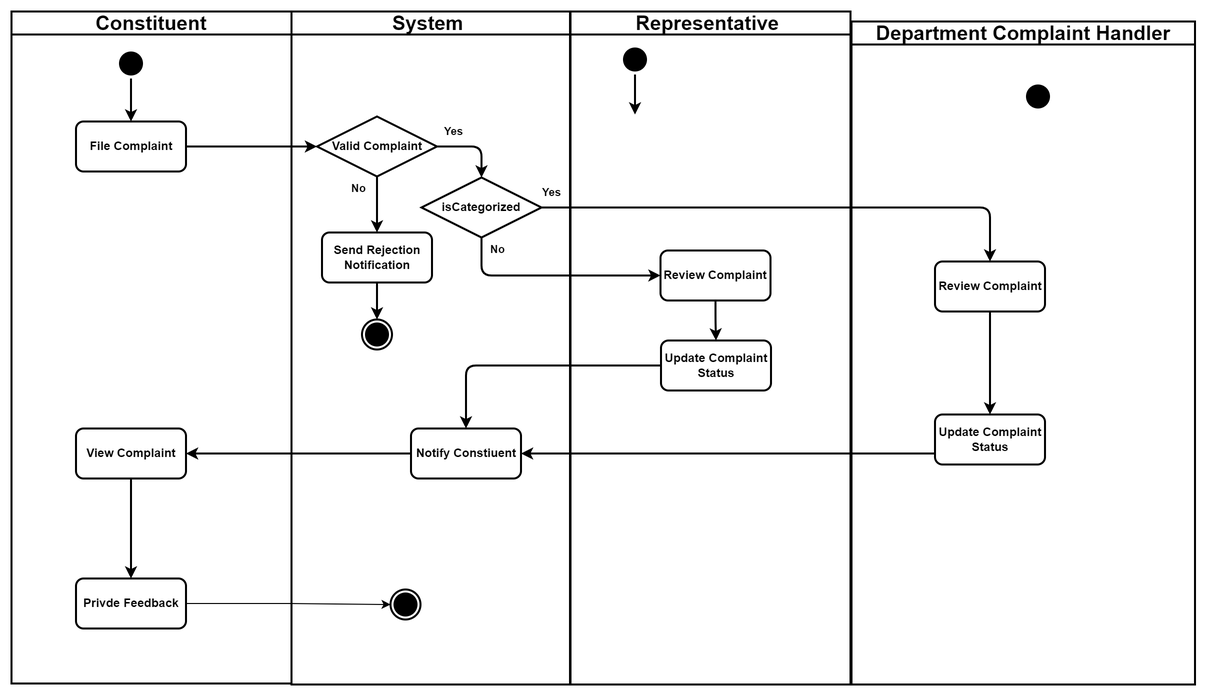
Earlier version of the draw.io export 19 - Activity Diagram/2 - Complaint Resolution Activity Diagram.drawio.png (muhammadahsanmirza/fyp-constituency-connect). Source tidied: cells renumbered, new cells last; positions are measured from the earlier drawing's top-left corner, leaving out a move shared by most shapes. The source it was exported from:
```xml
<mxGraphModel>
  <root>
    <mxCell id="0" />
    <mxCell id="1" parent="0" />
    <mxCell id="2" value="Constituent" style="swimlane;whiteSpace=wrap;fontSize=20;fontStyle=1;strokeWidth=2;" parent="1" vertex="1">
      <mxGeometry width="280" height="672" as="geometry" />
    </mxCell>
    <mxCell id="3" style="edgeStyle=orthogonalEdgeStyle;rounded=1;jettySize=auto;html=1;strokeWidth=2;curved=0;" parent="2" edge="1" source="4" target="5">
      <mxGeometry relative="1" as="geometry" />
    </mxCell>
    <mxCell id="4" style="ellipse;shape=startState;fontSize=20;fontStyle=1;strokeWidth=2;fillColor=#000000;" parent="2" vertex="1">
      <mxGeometry x="104.5" y="37" width="30" height="30" as="geometry" />
    </mxCell>
    <mxCell id="5" value="File Complaint" style="fontSize=12;fontStyle=1;strokeWidth=2;whiteSpace=wrap;rounded=1;" parent="2" vertex="1">
      <mxGeometry x="64.5" y="110" width="110" height="50" as="geometry" />
    </mxCell>
    <mxCell id="6" value="Privde Feedback" style="fontSize=12;fontStyle=1;strokeWidth=2;whiteSpace=wrap;rounded=1;" parent="2" vertex="1">
      <mxGeometry x="64.5" y="567" width="110" height="50" as="geometry" />
    </mxCell>
    <mxCell id="7" style="edgeStyle=orthogonalEdgeStyle;rounded=0;jettySize=auto;html=1;entryX=0.5;entryY=0;entryDx=0;entryDy=0;strokeWidth=2;" parent="2" edge="1" source="8" target="6">
      <mxGeometry relative="1" as="geometry" />
    </mxCell>
    <mxCell id="8" value="View Complaint" style="fontSize=12;fontStyle=1;strokeWidth=2;whiteSpace=wrap;rounded=1;" parent="2" vertex="1">
      <mxGeometry x="64.5" y="417" width="110" height="50" as="geometry" />
    </mxCell>
    <mxCell id="9" value="System " style="swimlane;whiteSpace=wrap;fontSize=20;fontStyle=1;strokeWidth=2;" parent="1" vertex="1">
      <mxGeometry x="280" width="278.5" height="673" as="geometry" />
    </mxCell>
    <mxCell id="10" style="edgeStyle=orthogonalEdgeStyle;rounded=1;jettySize=auto;html=1;strokeWidth=2;curved=0;" parent="9" edge="1" source="12" target="14">
      <mxGeometry relative="1" as="geometry" />
    </mxCell>
    <mxCell id="11" style="edgeStyle=orthogonalEdgeStyle;rounded=1;jettySize=auto;html=1;entryX=0.5;entryY=0;entryDx=0;entryDy=0;exitX=1;exitY=0.5;exitDx=0;exitDy=0;strokeWidth=2;curved=0;" parent="9" edge="1" source="12" target="19">
      <mxGeometry relative="1" as="geometry" />
    </mxCell>
    <mxCell id="12" value="Valid Complaint" style="rhombus;fontSize=12;fontStyle=1;strokeWidth=2;whiteSpace=wrap;" parent="9" vertex="1">
      <mxGeometry x="25.5" y="105" width="120" height="60" as="geometry" />
    </mxCell>
    <mxCell id="13" style="edgeStyle=orthogonalEdgeStyle;rounded=1;jettySize=auto;html=1;entryX=0.5;entryY=0;entryDx=0;entryDy=0;strokeWidth=2;curved=0;" parent="9" edge="1" source="14" target="15">
      <mxGeometry relative="1" as="geometry" />
    </mxCell>
    <mxCell id="14" value="Send Rejection Notification" style="fontSize=12;fontStyle=1;strokeWidth=2;whiteSpace=wrap;rounded=1;" parent="9" vertex="1">
      <mxGeometry x="30.5" y="221" width="110" height="50" as="geometry" />
    </mxCell>
    <mxCell id="15" style="ellipse;shape=endState;fontSize=20;fontStyle=1;strokeWidth=2;fillColor=#000000;" parent="9" vertex="1">
      <mxGeometry x="70.5" y="308" width="30" height="30" as="geometry" />
    </mxCell>
    <mxCell id="16" value="&lt;b&gt;&lt;font style=&quot;font-size: 11px;&quot;&gt;No&lt;/font&gt;&lt;/b&gt;" style="text;html=1;align=center;verticalAlign=middle;strokeColor=none;fillColor=none;strokeWidth=2;" parent="9" vertex="1">
      <mxGeometry x="50.5" y="164" width="33" height="26" as="geometry" />
    </mxCell>
    <mxCell id="17" value="&lt;b&gt;&lt;font style=&quot;font-size: 11px;&quot;&gt;Yes&lt;/font&gt;&lt;/b&gt;" style="text;html=1;align=center;verticalAlign=middle;strokeColor=none;fillColor=none;strokeWidth=2;" parent="9" vertex="1">
      <mxGeometry x="143.5" y="107" width="37" height="26" as="geometry" />
    </mxCell>
    <mxCell id="18" value="Notify Constiuent" style="fontSize=12;fontStyle=1;strokeWidth=2;whiteSpace=wrap;rounded=1;" parent="9" vertex="1">
      <mxGeometry x="119.5" y="417" width="110" height="50" as="geometry" />
    </mxCell>
    <mxCell id="19" value="isCategorized" style="rhombus;fontSize=12;fontStyle=1;strokeWidth=2;whiteSpace=wrap;" parent="9" vertex="1">
      <mxGeometry x="130" y="166" width="120" height="60" as="geometry" />
    </mxCell>
    <mxCell id="20" value="Representative " style="swimlane;whiteSpace=wrap;fontSize=20;fontStyle=1;strokeWidth=2;fillColor=default;" parent="1" vertex="1">
      <mxGeometry x="559" width="280" height="673" as="geometry" />
    </mxCell>
    <mxCell id="21" style="ellipse;shape=startState;fontSize=20;fontStyle=1;strokeWidth=2;fillColor=#000000;" parent="20" vertex="1">
      <mxGeometry x="49.5" y="33" width="30" height="30" as="geometry" />
    </mxCell>
    <mxCell id="22" style="edgeStyle=orthogonalEdgeStyle;rounded=1;jettySize=auto;html=1;strokeWidth=2;curved=0;" parent="20" edge="1" source="23" target="24">
      <mxGeometry relative="1" as="geometry" />
    </mxCell>
    <mxCell id="23" value="Review Complaint" style="fontSize=12;fontStyle=1;strokeWidth=2;whiteSpace=wrap;rounded=1;" parent="20" vertex="1">
      <mxGeometry x="90" y="239" width="110" height="50" as="geometry" />
    </mxCell>
    <mxCell id="24" value="Update Complaint Status" style="fontSize=12;fontStyle=1;strokeWidth=2;whiteSpace=wrap;rounded=1;" parent="20" vertex="1">
      <mxGeometry x="90.5" y="329" width="110" height="50" as="geometry" />
    </mxCell>
    <mxCell id="25" value="Department Complaint Handler" style="swimlane;whiteSpace=wrap;fontSize=20;fontStyle=1;strokeWidth=2;fillColor=default;" parent="1" vertex="1">
      <mxGeometry x="840" y="10" width="343.5" height="663" as="geometry" />
    </mxCell>
    <mxCell id="26" style="edgeStyle=orthogonalEdgeStyle;rounded=1;jettySize=auto;html=1;entryX=0.5;entryY=0;entryDx=0;entryDy=0;strokeWidth=2;curved=0;" parent="25" edge="1" source="27" target="28">
      <mxGeometry relative="1" as="geometry" />
    </mxCell>
    <mxCell id="27" value="Review Complaint" style="fontSize=12;fontStyle=1;strokeWidth=2;whiteSpace=wrap;rounded=1;" parent="25" vertex="1">
      <mxGeometry x="83.5" y="240" width="110" height="50" as="geometry" />
    </mxCell>
    <mxCell id="28" value="Update Complaint Status" style="fontSize=12;fontStyle=1;strokeWidth=2;whiteSpace=wrap;rounded=1;" parent="25" vertex="1">
      <mxGeometry x="83.5" y="393" width="110" height="50" as="geometry" />
    </mxCell>
    <mxCell id="29" style="ellipse;shape=startState;fontSize=20;fontStyle=1;strokeWidth=2;fillColor=#000000;" parent="25" vertex="1">
      <mxGeometry x="171.5" y="60" width="30" height="30" as="geometry" />
    </mxCell>
    <mxCell id="30" style="edgeStyle=orthogonalEdgeStyle;rounded=0;jettySize=auto;html=1;strokeWidth=2;" parent="1" edge="1" source="21">
      <mxGeometry relative="1" as="geometry">
        <mxPoint x="623.5" y="103" as="targetPoint" />
      </mxGeometry>
    </mxCell>
    <mxCell id="31" style="edgeStyle=orthogonalEdgeStyle;rounded=1;jettySize=auto;html=1;entryX=1;entryY=0.5;entryDx=0;entryDy=0;jumpStyle=arc;strokeWidth=2;curved=0;exitX=0.002;exitY=0.78;exitDx=0;exitDy=0;exitPerimeter=0;" parent="1" edge="1" source="28" target="18">
      <mxGeometry relative="1" as="geometry" />
    </mxCell>
    <mxCell id="32" style="edgeStyle=orthogonalEdgeStyle;rounded=1;jettySize=auto;html=1;entryX=0;entryY=0.5;entryDx=0;entryDy=0;strokeWidth=2;curved=0;" parent="1" edge="1" source="5" target="12">
      <mxGeometry relative="1" as="geometry" />
    </mxCell>
    <mxCell id="33" style="edgeStyle=orthogonalEdgeStyle;rounded=1;jettySize=auto;html=1;entryX=1;entryY=0.5;entryDx=0;entryDy=0;strokeWidth=2;curved=0;" parent="1" edge="1" source="18" target="8">
      <mxGeometry relative="1" as="geometry" />
    </mxCell>
    <mxCell id="34" style="edgeStyle=orthogonalEdgeStyle;rounded=1;jettySize=auto;html=1;entryX=0.5;entryY=0;entryDx=0;entryDy=0;strokeWidth=2;curved=0;exitX=0;exitY=0.5;exitDx=0;exitDy=0;" parent="1" edge="1" source="24" target="18">
      <mxGeometry relative="1" as="geometry">
        <Array as="points">
          <mxPoint x="455" y="354" />
        </Array>
      </mxGeometry>
    </mxCell>
    <mxCell id="35" style="edgeStyle=orthogonalEdgeStyle;rounded=1;jettySize=auto;html=1;entryX=0;entryY=0.5;entryDx=0;entryDy=0;exitX=0.5;exitY=1;exitDx=0;exitDy=0;strokeWidth=2;curved=0;" parent="1" edge="1" source="19" target="23">
      <mxGeometry relative="1" as="geometry" />
    </mxCell>
    <mxCell id="36" style="edgeStyle=orthogonalEdgeStyle;rounded=1;jettySize=auto;html=1;strokeWidth=2;curved=0;" parent="1" edge="1" source="19" target="27">
      <mxGeometry relative="1" as="geometry" />
    </mxCell>
    <mxCell id="37" value="&lt;b&gt;&lt;font style=&quot;font-size: 11px;&quot;&gt;Yes&lt;/font&gt;&lt;/b&gt;" style="text;html=1;align=center;verticalAlign=middle;strokeColor=none;fillColor=none;strokeWidth=2;" parent="1" vertex="1">
      <mxGeometry x="521" y="168" width="37" height="26" as="geometry" />
    </mxCell>
    <mxCell id="38" value="&lt;b&gt;&lt;font style=&quot;font-size: 11px;&quot;&gt;No&lt;/font&gt;&lt;/b&gt;" style="text;html=1;align=center;verticalAlign=middle;strokeColor=none;fillColor=none;strokeWidth=2;" parent="1" vertex="1">
      <mxGeometry x="470" y="225" width="33" height="26" as="geometry" />
    </mxCell>
    <mxCell id="39" style="ellipse;shape=endState;fontSize=20;fontStyle=1;strokeWidth=2;fillColor=#000000;" parent="1" vertex="1">
      <mxGeometry x="379" y="578" width="30" height="30" as="geometry" />
    </mxCell>
    <mxCell id="40" style="edgeStyle=orthogonalEdgeStyle;rounded=0;jettySize=auto;html=1;entryX=0;entryY=0.5;entryDx=0;entryDy=0;" parent="1" edge="1" source="6" target="39">
      <mxGeometry relative="1" as="geometry" />
    </mxCell>
  </root>
</mxGraphModel>
```
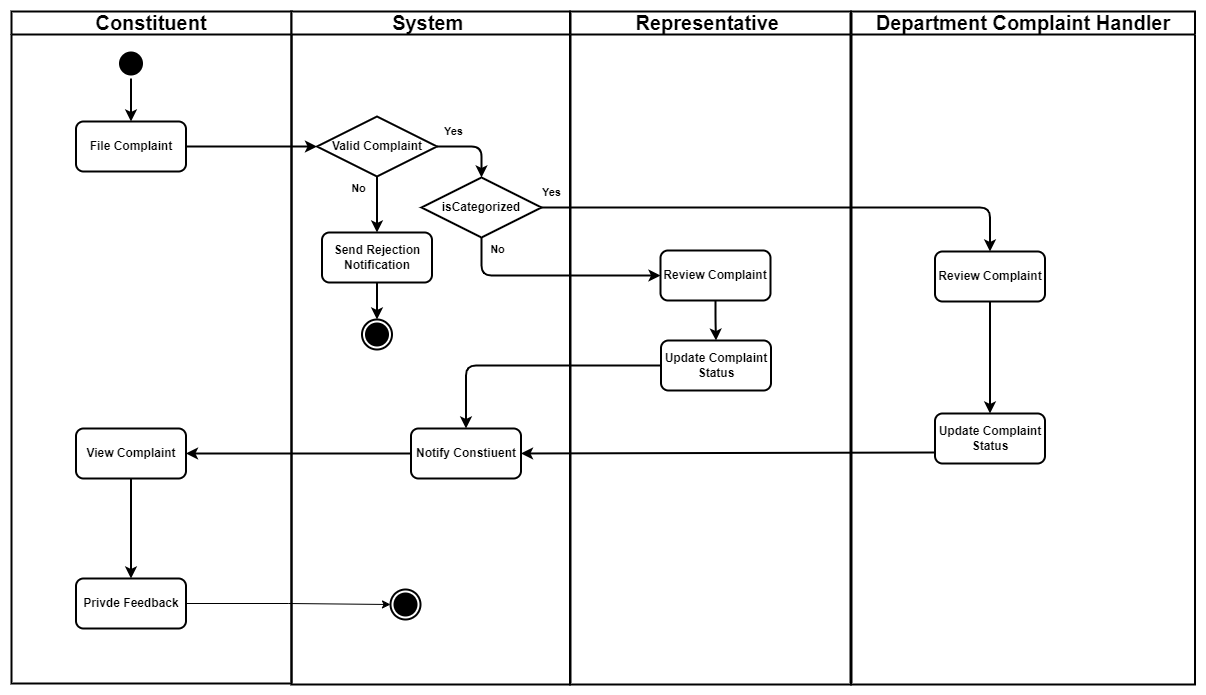
After the commit.

What changed in the source:
```diff
@@ -59,71 +59,60 @@
     <mxCell id="20" value="Representative " style="swimlane;whiteSpace=wrap;fontSize=20;fontStyle=1;strokeWidth=2;fillColor=default;" parent="1" vertex="1">
       <mxGeometry x="559" width="280" height="673" as="geometry" />
     </mxCell>
-    <mxCell id="21" style="ellipse;shape=startState;fontSize=20;fontStyle=1;strokeWidth=2;fillColor=#000000;" parent="20" vertex="1">
-      <mxGeometry x="49.5" y="33" width="30" height="30" as="geometry" />
+    <mxCell id="21" style="edgeStyle=orthogonalEdgeStyle;rounded=1;jettySize=auto;html=1;strokeWidth=2;curved=0;" parent="20" edge="1" source="22" target="23">
+      <mxGeometry relative="1" as="geometry" />
     </mxCell>
-    <mxCell id="22" style="edgeStyle=orthogonalEdgeStyle;rounded=1;jettySize=auto;html=1;strokeWidth=2;curved=0;" parent="20" edge="1" source="23" target="24">
-      <mxGeometry relative="1" as="geometry" />
+    <mxCell id="22" value="Review Complaint" style="fontSize=12;fontStyle=1;strokeWidth=2;whiteSpace=wrap;rounded=1;" parent="20" vertex="1">
+      <mxGeometry x="90" y="239" width="110" height="50" as="geometry" />
     </mxCell>
-    <mxCell id="23" value="Review Complaint" style="fontSize=12;fontStyle=1;strokeWidth=2;whiteSpace=wrap;rounded=1;" parent="20" vertex="1">
-      <mxGeometry x="90" y="239" width="110" height="50" as="geometry" />
+    <mxCell id="23" value="Update Complaint Status" style="fontSize=12;fontStyle=1;strokeWidth=2;whiteSpace=wrap;rounded=1;" parent="20" vertex="1">
+      <mxGeometry x="90.5" y="329" width="110" height="50" as="geometry" />
     </mxCell>
-    <mxCell id="24" value="Update Complaint Status" style="fontSize=12;fontStyle=1;strokeWidth=2;whiteSpace=wrap;rounded=1;" parent="20" vertex="1">
-      <mxGeometry x="90.5" y="329" width="110" height="50" as="geometry" />
+    <mxCell id="24" value="Department Complaint Handler" style="swimlane;whiteSpace=wrap;fontSize=20;fontStyle=1;strokeWidth=2;fillColor=default;" parent="1" vertex="1">
+      <mxGeometry x="840" width="343.5" height="673" as="geometry" />
     </mxCell>
-    <mxCell id="25" value="Department Complaint Handler" style="swimlane;whiteSpace=wrap;fontSize=20;fontStyle=1;strokeWidth=2;fillColor=default;" parent="1" vertex="1">
-      <mxGeometry x="840" y="10" width="343.5" height="663" as="geometry" />
+    <mxCell id="25" style="edgeStyle=orthogonalEdgeStyle;rounded=1;jettySize=auto;html=1;entryX=0.5;entryY=0;entryDx=0;entryDy=0;strokeWidth=2;curved=0;" parent="24" edge="1" source="26" target="27">
+      <mxGeometry relative="1" as="geometry" />
     </mxCell>
-    <mxCell id="26" style="edgeStyle=orthogonalEdgeStyle;rounded=1;jettySize=auto;html=1;entryX=0.5;entryY=0;entryDx=0;entryDy=0;strokeWidth=2;curved=0;" parent="25" edge="1" source="27" target="28">
-      <mxGeometry relative="1" as="geometry" />
+    <mxCell id="26" value="Review Complaint" style="fontSize=12;fontStyle=1;strokeWidth=2;whiteSpace=wrap;rounded=1;" parent="24" vertex="1">
+      <mxGeometry x="83.5" y="240" width="110" height="50" as="geometry" />
     </mxCell>
-    <mxCell id="27" value="Review Complaint" style="fontSize=12;fontStyle=1;strokeWidth=2;whiteSpace=wrap;rounded=1;" parent="25" vertex="1">
-      <mxGeometry x="83.5" y="240" width="110" height="50" as="geometry" />
+    <mxCell id="27" value="Update Complaint Status" style="fontSize=12;fontStyle=1;strokeWidth=2;whiteSpace=wrap;rounded=1;" parent="24" vertex="1">
+      <mxGeometry x="83.5" y="402" width="110" height="50" as="geometry" />
     </mxCell>
-    <mxCell id="28" value="Update Complaint Status" style="fontSize=12;fontStyle=1;strokeWidth=2;whiteSpace=wrap;rounded=1;" parent="25" vertex="1">
-      <mxGeometry x="83.5" y="393" width="110" height="50" as="geometry" />
+    <mxCell id="28" style="edgeStyle=orthogonalEdgeStyle;rounded=1;jettySize=auto;html=1;entryX=1;entryY=0.5;entryDx=0;entryDy=0;jumpStyle=arc;strokeWidth=2;curved=0;exitX=0.002;exitY=0.78;exitDx=0;exitDy=0;exitPerimeter=0;" parent="1" edge="1" source="27" target="18">
+      <mxGeometry relative="1" as="geometry" />
     </mxCell>
-    <mxCell id="29" style="ellipse;shape=startState;fontSize=20;fontStyle=1;strokeWidth=2;fillColor=#000000;" parent="25" vertex="1">
-      <mxGeometry x="171.5" y="60" width="30" height="30" as="geometry" />
+    <mxCell id="29" style="edgeStyle=orthogonalEdgeStyle;rounded=1;jettySize=auto;html=1;entryX=0;entryY=0.5;entryDx=0;entryDy=0;strokeWidth=2;curved=0;" parent="1" edge="1" source="5" target="12">
+      <mxGeometry relative="1" as="geometry" />
     </mxCell>
-    <mxCell id="30" style="edgeStyle=orthogonalEdgeStyle;rounded=0;jettySize=auto;html=1;strokeWidth=2;" parent="1" edge="1" source="21">
-      <mxGeometry relative="1" as="geometry">
-        <mxPoint x="623.5" y="103" as="targetPoint" />
-      </mxGeometry>
+    <mxCell id="30" style="edgeStyle=orthogonalEdgeStyle;rounded=1;jettySize=auto;html=1;entryX=1;entryY=0.5;entryDx=0;entryDy=0;strokeWidth=2;curved=0;" parent="1" edge="1" source="18" target="8">
+      <mxGeometry relative="1" as="geometry" />
     </mxCell>
-    <mxCell id="31" style="edgeStyle=orthogonalEdgeStyle;rounded=1;jettySize=auto;html=1;entryX=1;entryY=0.5;entryDx=0;entryDy=0;jumpStyle=arc;strokeWidth=2;curved=0;exitX=0.002;exitY=0.78;exitDx=0;exitDy=0;exitPerimeter=0;" parent="1" edge="1" source="28" target="18">
-      <mxGeometry relative="1" as="geometry" />
+    <mxCell id="31" style="edgeStyle=orthogonalEdgeStyle;rounded=1;jettySize=auto;html=1;entryX=0.5;entryY=0;entryDx=0;entryDy=0;strokeWidth=2;curved=0;exitX=0;exitY=0.5;exitDx=0;exitDy=0;" parent="1" edge="1" source="23" target="18">
+      <mxGeometry relative="1" as="geometry">
+        <Array as="points">
+          <mxPoint x="455" y="354" />
+        </Array>
+      </mxGeometry>
     </mxCell>
-    <mxCell id="32" style="edgeStyle=orthogonalEdgeStyle;rounded=1;jettySize=auto;html=1;entryX=0;entryY=0.5;entryDx=0;entryDy=0;strokeWidth=2;curved=0;" parent="1" edge="1" source="5" target="12">
+    <mxCell id="32" style="edgeStyle=orthogonalEdgeStyle;rounded=1;jettySize=auto;html=1;entryX=0;entryY=0.5;entryDx=0;entryDy=0;exitX=0.5;exitY=1;exitDx=0;exitDy=0;strokeWidth=2;curved=0;" parent="1" edge="1" source="19" target="22">
       <mxGeometry relative="1" as="geometry" />
     </mxCell>
-    <mxCell id="33" style="edgeStyle=orthogonalEdgeStyle;rounded=1;jettySize=auto;html=1;entryX=1;entryY=0.5;entryDx=0;entryDy=0;strokeWidth=2;curved=0;" parent="1" edge="1" source="18" target="8">
+    <mxCell id="33" style="edgeStyle=orthogonalEdgeStyle;rounded=1;jettySize=auto;html=1;strokeWidth=2;curved=0;" parent="1" edge="1" source="19" target="26">
       <mxGeometry relative="1" as="geometry" />
     </mxCell>
-    <mxCell id="34" style="edgeStyle=orthogonalEdgeStyle;rounded=1;jettySize=auto;html=1;entryX=0.5;entryY=0;entryDx=0;entryDy=0;strokeWidth=2;curved=0;exitX=0;exitY=0.5;exitDx=0;exitDy=0;" parent="1" edge="1" source="24" target="18">
-      <mxGeometry relative="1" as="geometry">
-        <Array as="points">
-          <mxPoint x="455" y="354" />
-        </Array>
-      </mxGeometry>
+    <mxCell id="34" value="&lt;b&gt;&lt;font style=&quot;font-size: 11px;&quot;&gt;Yes&lt;/font&gt;&lt;/b&gt;" style="text;html=1;align=center;verticalAlign=middle;strokeColor=none;fillColor=none;strokeWidth=2;" parent="1" vertex="1">
+      <mxGeometry x="521" y="168" width="37" height="26" as="geometry" />
     </mxCell>
-    <mxCell id="35" style="edgeStyle=orthogonalEdgeStyle;rounded=1;jettySize=auto;html=1;entryX=0;entryY=0.5;entryDx=0;entryDy=0;exitX=0.5;exitY=1;exitDx=0;exitDy=0;strokeWidth=2;curved=0;" parent="1" edge="1" source="19" target="23">
-      <mxGeometry relative="1" as="geometry" />
+    <mxCell id="35" value="&lt;b&gt;&lt;font style=&quot;font-size: 11px;&quot;&gt;No&lt;/font&gt;&lt;/b&gt;" style="text;html=1;align=center;verticalAlign=middle;strokeColor=none;fillColor=none;strokeWidth=2;" parent="1" vertex="1">
+      <mxGeometry x="470" y="225" width="33" height="26" as="geometry" />
     </mxCell>
-    <mxCell id="36" style="edgeStyle=orthogonalEdgeStyle;rounded=1;jettySize=auto;html=1;strokeWidth=2;curved=0;" parent="1" edge="1" source="19" target="27">
-      <mxGeometry relative="1" as="geometry" />
+    <mxCell id="36" style="ellipse;shape=endState;fontSize=20;fontStyle=1;strokeWidth=2;fillColor=#000000;" parent="1" vertex="1">
+      <mxGeometry x="379" y="578" width="30" height="30" as="geometry" />
     </mxCell>
-    <mxCell id="37" value="&lt;b&gt;&lt;font style=&quot;font-size: 11px;&quot;&gt;Yes&lt;/font&gt;&lt;/b&gt;" style="text;html=1;align=center;verticalAlign=middle;strokeColor=none;fillColor=none;strokeWidth=2;" parent="1" vertex="1">
-      <mxGeometry x="521" y="168" width="37" height="26" as="geometry" />
+    <mxCell id="37" style="edgeStyle=orthogonalEdgeStyle;rounded=0;jettySize=auto;html=1;entryX=0;entryY=0.5;entryDx=0;entryDy=0;" parent="1" edge="1" source="6" target="36">
+      <mxGeometry relative="1" as="geometry" />
     </mxCell>
-    <mxCell id="38" value="&lt;b&gt;&lt;font style=&quot;font-size: 11px;&quot;&gt;No&lt;/font&gt;&lt;/b&gt;" style="text;html=1;align=center;verticalAlign=middle;strokeColor=none;fillColor=none;strokeWidth=2;" parent="1" vertex="1">
-      <mxGeometry x="470" y="225" width="33" height="26" as="geometry" />
-    </mxCell>
-    <mxCell id="39" style="ellipse;shape=endState;fontSize=20;fontStyle=1;strokeWidth=2;fillColor=#000000;" parent="1" vertex="1">
-      <mxGeometry x="379" y="578" width="30" height="30" as="geometry" />
-    </mxCell>
-    <mxCell id="40" style="edgeStyle=orthogonalEdgeStyle;rounded=0;jettySize=auto;html=1;entryX=0;entryY=0.5;entryDx=0;entryDy=0;" parent="1" edge="1" source="6" target="39">
-      <mxGeometry relative="1" as="geometry" />
-    </mxCell>
   </root>
 </mxGraphModel>
```
